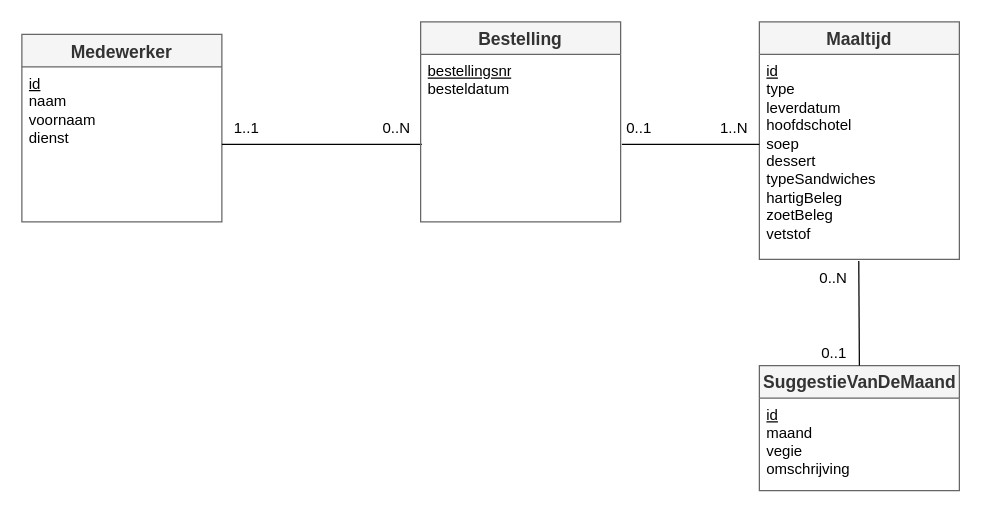
The draw.io diagram ERD/ERD.drawio in Web-IV/2324-frontendweb-BrechtVandekerckhove, before the edit. Source tidied: cells renumbered, new cells numbered last; positions are measured from the earlier drawing's top-left corner, leaving out a move shared by most shapes. Both pictures are drawn from the tidied source at 125%, with x=0, y=0 at pixel (21, 21).
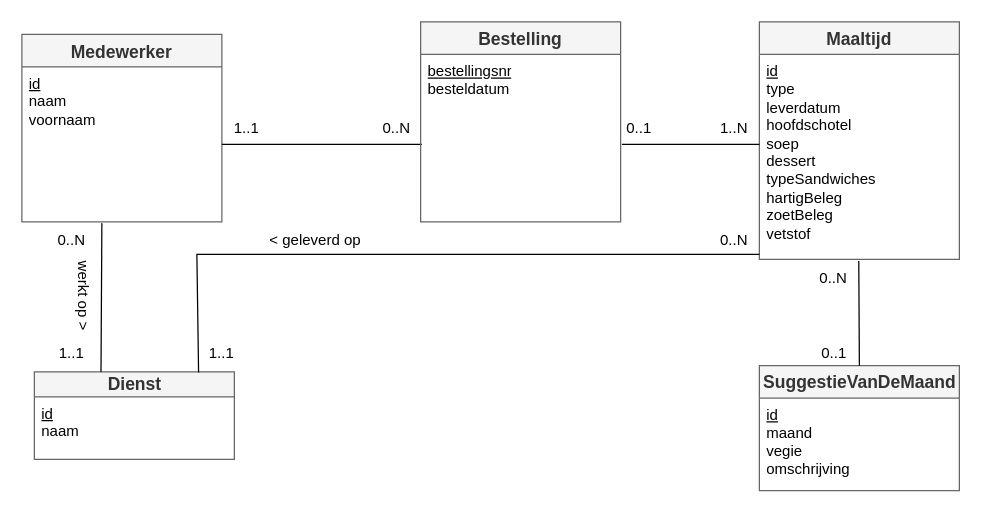
The same page after the edit.

The change refers to these unchanged cells:
```xml
<mxCell id="2" value="Medewerker" style="swimlane;fontStyle=1;horizontal=1;startSize=26;align=center;fontSize=14;strokeColor=#666666;fillColor=#f5f5f5;fontColor=#333333;" parent="1" vertex="1">
  <mxGeometry y="10" width="160" height="150" as="geometry" />
</mxCell>
```

What changed in the source:
```diff
@@
-    <mxCell id="3" value="&lt;u&gt;id&lt;/u&gt;&lt;br&gt;naam&lt;br&gt;voornaam&lt;br&gt;dienst" style="text;strokeColor=none;fillColor=none;spacingLeft=4;spacingRight=4;overflow=hidden;points=[[0,0.5],[1,0.5]];portConstraint=eastwest;fontSize=12;fontStyle=0;html=1;" parent="2" vertex="1">
+    <mxCell id="3" value="&lt;u&gt;id&lt;/u&gt;&lt;br&gt;naam&lt;br&gt;voornaam&lt;br&gt;" style="text;strokeColor=none;fillColor=none;spacingLeft=4;spacingRight=4;overflow=hidden;points=[[0,0.5],[1,0.5]];portConstraint=eastwest;fontSize=12;fontStyle=0;html=1;" parent="2" vertex="1">
       <mxGeometry y="26" width="160" height="124" as="geometry" />
     </mxCell>
@@
+    <mxCell id="19" value="Dienst" style="swimlane;fontStyle=1;horizontal=1;startSize=20;align=center;fontSize=14;strokeColor=#666666;fillColor=#f5f5f5;fontColor=#333333;html=1;" parent="1" vertex="1">
+      <mxGeometry x="10" y="280" width="160" height="70" as="geometry" />
+    </mxCell>
+    <mxCell id="20" value="&lt;u&gt;id&lt;/u&gt;&lt;br&gt;naam" style="text;strokeColor=none;fillColor=none;spacingLeft=4;spacingRight=4;overflow=hidden;fontSize=12;fontStyle=0;html=1;" parent="19" vertex="1">
+      <mxGeometry y="20" width="160" height="50" as="geometry" />
+    </mxCell>
+    <mxCell id="21" style="endArrow=none;html=1;rounded=0;exitX=0.821;exitY=0.008;exitDx=0;exitDy=0;exitPerimeter=0;" parent="1" edge="1" source="19">
+      <mxGeometry relative="1" as="geometry">
+        <mxPoint x="590" y="186" as="targetPoint" />
+        <Array as="points">
+          <mxPoint x="140" y="186" />
+        </Array>
+      </mxGeometry>
+    </mxCell>
+    <mxCell id="22" style="endArrow=none;html=1;rounded=0;entryX=0.4;entryY=1.032;entryDx=0;entryDy=0;entryPerimeter=0;exitX=0.333;exitY=-0.018;exitDx=0;exitDy=0;exitPerimeter=0;" parent="1" edge="1">
+      <mxGeometry relative="1" as="geometry">
+        <mxPoint x="63.3" y="280" as="sourcePoint" />
+        <mxPoint x="64" y="161" as="targetPoint" />
+      </mxGeometry>
+    </mxCell>
+    <mxCell id="23" value="1..1" style="text;html=1;strokeColor=none;fillColor=none;align=center;verticalAlign=middle;whiteSpace=wrap;rounded=0;" parent="1" vertex="1">
+      <mxGeometry x="10" y="250" width="60" height="30" as="geometry" />
+    </mxCell>
+    <mxCell id="24" value="0..N" style="text;html=1;strokeColor=none;fillColor=none;align=center;verticalAlign=middle;whiteSpace=wrap;rounded=0;" parent="1" vertex="1">
+      <mxGeometry x="10" y="160" width="60" height="30" as="geometry" />
+    </mxCell>
+    <mxCell id="25" value="1..1" style="text;html=1;strokeColor=none;fillColor=none;align=center;verticalAlign=middle;whiteSpace=wrap;rounded=0;" parent="1" vertex="1">
+      <mxGeometry x="130" y="250" width="60" height="30" as="geometry" />
+    </mxCell>
+    <mxCell id="26" value="0..N" style="text;html=1;strokeColor=none;fillColor=none;align=center;verticalAlign=middle;whiteSpace=wrap;rounded=0;" parent="1" vertex="1">
+      <mxGeometry x="540" y="160" width="60" height="30" as="geometry" />
+    </mxCell>
+    <mxCell id="27" value="werkt op &amp;gt;&amp;nbsp;" style="text;html=1;strokeColor=none;fillColor=none;align=center;verticalAlign=middle;whiteSpace=wrap;rounded=0;rotation=90;" parent="1" vertex="1">
+      <mxGeometry x="9" y="176" width="80" height="90" as="geometry" />
+    </mxCell>
+    <mxCell id="28" value="&amp;lt; geleverd op" style="text;html=1;strokeColor=none;fillColor=none;align=center;verticalAlign=middle;whiteSpace=wrap;rounded=0;rotation=0;" parent="1" vertex="1">
+      <mxGeometry x="190" y="130" width="90" height="90" as="geometry" />
+    </mxCell>
```
